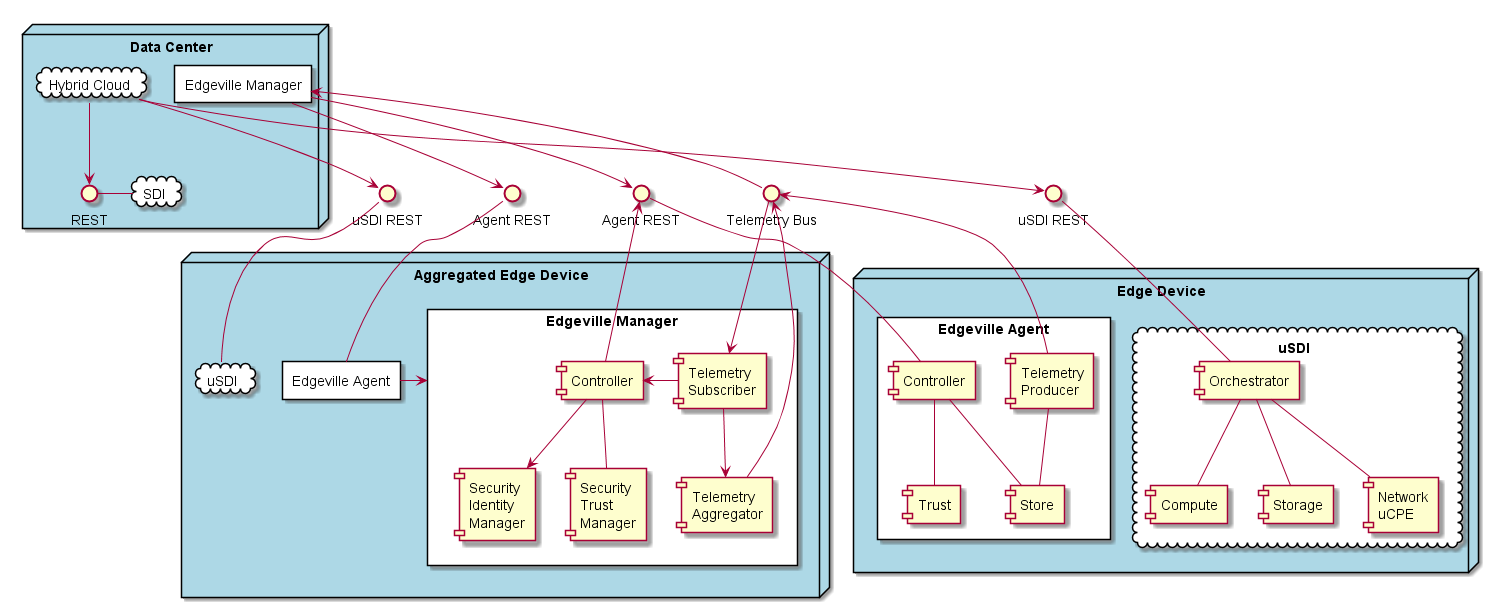
Before: docs/Solution/Physical.png, a diagram exported from PlantUML (CAADE/edgeville). The source it was exported from:
```plantuml
@startuml
node "Data Center" as DC #lightblue {
  interface REST as SDIREST
  cloud SDI #white
  SDIREST - SDI
  cloud "Hybrid Cloud" as HC #white
  rectangle "Edgeville Manager" as EM #white {
  }

  HC --> SDIREST
}
interface "Agent REST" as REA
interface "uSDI REST" as REST
node "Edge Device" as ED #lightblue {
    cloud uSDI #white {
        component Orchestrator as O
        component Compute as C
        component Storage as S
        component "Network\nuCPE" as N
    }
    REST -- O
    O -- C
    O -- S
    O -- N
    rectangle "Edgeville Agent" #white  {
      component Trust
      component Controller
      component "Telemetry\nProducer" as Telemetry
      component Store
    }
    REA -- Controller
    Controller -- Trust
    Controller -- Store
    Telemetry -- Store
}
interface "Telemetry Bus" as TBI
interface "Agent REST" as REM
interface "uSDI REST" as RuSDIM
node "Aggregated Edge Device" as AED #lightblue {
    cloud "uSDI" as AEuSDI #white
    rectangle "Edgeville Agent" as AEDEA #white
    rectangle "Edgeville Manager" as AEDEM #white  {
        component "Controller" as EMC
        component "Telemetry\nSubscriber" as TS
        component "Telemetry\nAggregator" as TA
        component "Security\nTrust\nManager" as STM
        component "Security\nIdentity\nManager" as SIM
    }
    EMC -- STM
    TS -> EMC
    RuSDIM -- AEuSDI
    REM -- AEDEA
    AEDEA -> AEDEM
    EMC --> REA
    EMC --> SIM
}
HC --> RuSDIM
HC --> REST
EM --> REA
EM --> REM
Telemetry --> TBI
TBI --> TS
TS --> TA
TA --> TBI
TBI -> EM
@enduml
```
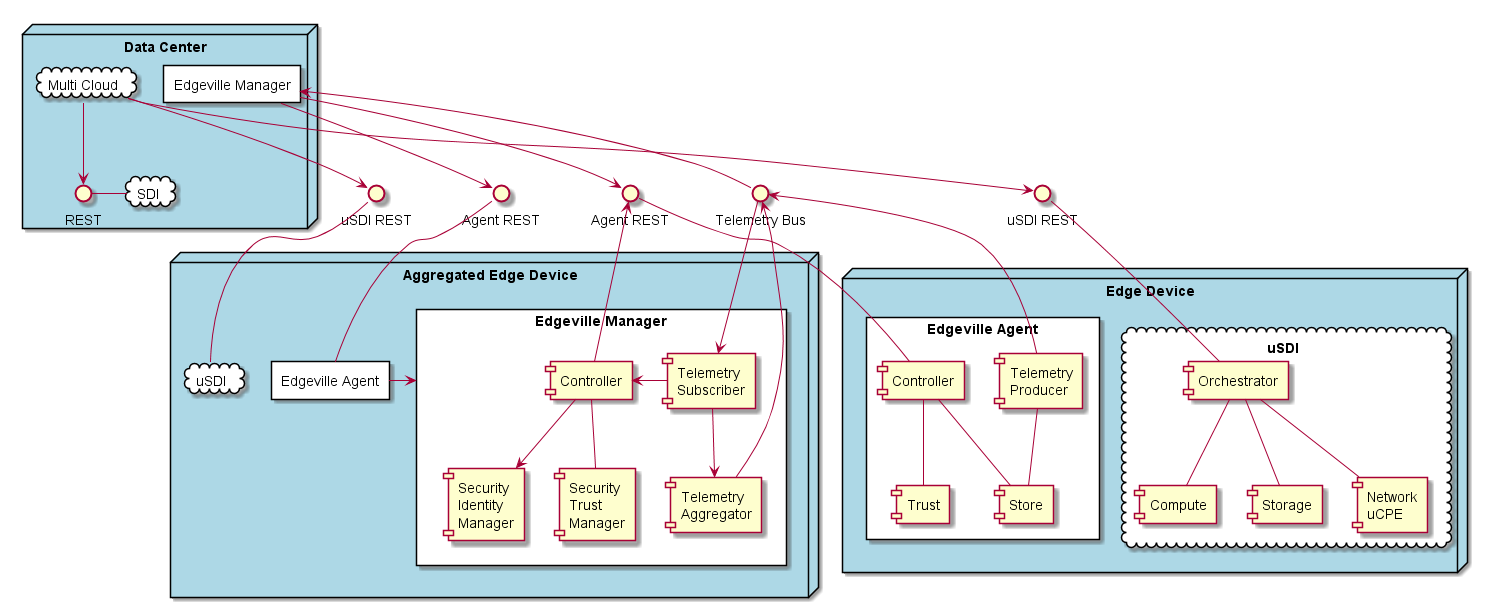
After the commit.

Diff of the diagram source:
```diff
@@ -3,7 +3,7 @@
   interface REST as SDIREST
   cloud SDI #white
   SDIREST - SDI
-  cloud "Hybrid Cloud" as HC #white
+  cloud "Multi Cloud" as HC #white
   rectangle "Edgeville Manager" as EM #white {
   }
 
```
